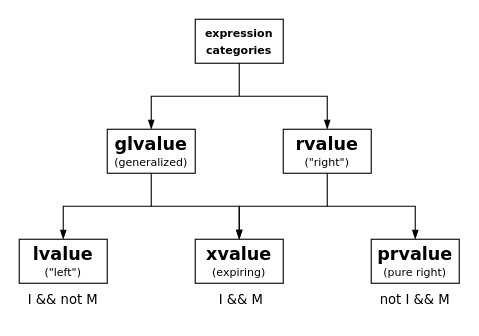
This is projects/examples/source/03.03.01.drawio from i-s-m-mipt/Education, a draw.io file, before an edit. Source tidied: cells renumbered, new cells numbered last; positions are measured from the earlier drawing's top-left corner, leaving out a move shared by most shapes. Both pictures are drawn from the tidied source at 110%, with x=0, y=0 at pixel (19, 19).
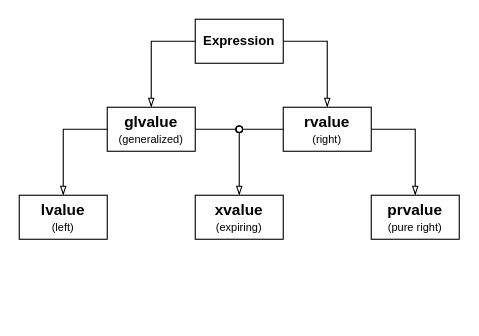
Above is the later version.

The edit, as a diff of the source:
```diff
@@
-    <mxCell id="2" value="&lt;font style=&quot;&quot; face=&quot;Verdana&quot;&gt;&lt;span style=&quot;font-size: 16px; font-weight: bold;&quot;&gt;prvalue&lt;/span&gt;&lt;br&gt;&lt;font style=&quot;font-size: 10px;&quot;&gt;(pure right)&lt;/font&gt;&lt;br&gt;&lt;/font&gt;" style="rounded=0;whiteSpace=wrap;html=1;" parent="1" vertex="1">
-      <mxGeometry x="320" y="200" width="80" height="40" as="geometry" />
+    <mxCell id="2" value="&lt;span style=&quot;font-weight: bold;&quot;&gt;&lt;font style=&quot;font-size: 14px;&quot;&gt;prvalue&lt;/font&gt;&lt;/span&gt;&lt;br&gt;&lt;font style=&quot;font-size: 10px;&quot;&gt;(pure right)&lt;/font&gt;" style="rounded=0;whiteSpace=wrap;html=1;fontFamily=Helvetica;" parent="1" vertex="1">
+      <mxGeometry x="320" y="160" width="80" height="40" as="geometry" />
     </mxCell>
-    <mxCell id="3" value="&lt;font style=&quot;&quot; face=&quot;Verdana&quot;&gt;&lt;span style=&quot;font-size: 16px; font-weight: bold;&quot;&gt;xvalue&lt;/span&gt;&lt;br&gt;&lt;font style=&quot;font-size: 10px;&quot;&gt;(expiring)&lt;/font&gt;&lt;br&gt;&lt;/font&gt;" style="rounded=0;whiteSpace=wrap;html=1;" parent="1" vertex="1">
-      <mxGeometry x="160" y="200" width="80" height="40" as="geometry" />
+    <mxCell id="3" value="&lt;font&gt;&lt;span style=&quot;font-weight: bold;&quot;&gt;&lt;font style=&quot;font-size: 14px;&quot;&gt;xvalue&lt;/font&gt;&lt;/span&gt;&lt;/font&gt;&lt;div&gt;&lt;font&gt;&lt;font style=&quot;font-size: 10px;&quot;&gt;(expiring)&lt;/font&gt;&lt;/font&gt;&lt;/div&gt;" style="rounded=0;whiteSpace=wrap;html=1;fontFamily=Helvetica;" parent="1" vertex="1">
+      <mxGeometry x="160" y="160" width="80" height="40" as="geometry" />
     </mxCell>
-    <mxCell id="4" value="&lt;font style=&quot;&quot; face=&quot;Verdana&quot;&gt;&lt;span style=&quot;font-size: 16px; font-weight: bold;&quot;&gt;glvalue&lt;/span&gt;&lt;br&gt;&lt;font style=&quot;font-size: 10px;&quot;&gt;(generalized)&lt;/font&gt;&lt;br&gt;&lt;/font&gt;" style="rounded=0;whiteSpace=wrap;html=1;" parent="1" vertex="1">
-      <mxGeometry x="80" y="100" width="80" height="40" as="geometry" />
+    <mxCell id="4" value="&lt;font&gt;&lt;font style=&quot;font-size: 14px;&quot;&gt;&lt;span style=&quot;font-weight: bold;&quot;&gt;&lt;font style=&quot;&quot;&gt;glvalue&lt;/font&gt;&lt;/span&gt;&lt;br&gt;&lt;/font&gt;&lt;font style=&quot;font-size: 10px;&quot;&gt;(generalized)&lt;/font&gt;&lt;/font&gt;" style="rounded=0;whiteSpace=wrap;html=1;fontFamily=Helvetica;" parent="1" vertex="1">
+      <mxGeometry x="80" y="80" width="80" height="40" as="geometry" />
     </mxCell>
-    <mxCell id="5" value="&lt;font style=&quot;&quot; face=&quot;Verdana&quot;&gt;&lt;span style=&quot;font-size: 16px; font-weight: bold;&quot;&gt;rvalue&lt;/span&gt;&lt;br&gt;&lt;font style=&quot;font-size: 10px;&quot;&gt;(&quot;right&quot;)&lt;/font&gt;&lt;br&gt;&lt;/font&gt;" style="rounded=0;whiteSpace=wrap;html=1;" parent="1" vertex="1">
-      <mxGeometry x="240" y="100" width="80" height="40" as="geometry" />
+    <mxCell id="5" value="&lt;font&gt;&lt;span style=&quot;font-weight: bold;&quot;&gt;&lt;font style=&quot;font-size: 14px;&quot;&gt;rvalue&lt;/font&gt;&lt;/span&gt;&lt;br&gt;&lt;font style=&quot;font-size: 10px;&quot;&gt;(right)&lt;/font&gt;&lt;/font&gt;" style="rounded=0;whiteSpace=wrap;html=1;fontFamily=Helvetica;" parent="1" vertex="1">
+      <mxGeometry x="240" y="80" width="80" height="40" as="geometry" />
     </mxCell>
-    <mxCell id="6" value="&lt;font style=&quot;&quot; face=&quot;Verdana&quot;&gt;&lt;span style=&quot;font-size: 16px; font-weight: bold;&quot;&gt;lvalue&lt;/span&gt;&lt;br&gt;&lt;font style=&quot;font-size: 10px;&quot;&gt;(&quot;left&quot;)&lt;/font&gt;&lt;br&gt;&lt;/font&gt;" style="rounded=0;whiteSpace=wrap;html=1;" parent="1" vertex="1">
-      <mxGeometry y="200" width="80" height="40" as="geometry" />
+    <mxCell id="6" value="&lt;span style=&quot;font-weight: bold;&quot;&gt;&lt;font style=&quot;font-size: 14px;&quot;&gt;lvalue&lt;/font&gt;&lt;/span&gt;&lt;br&gt;&lt;font style=&quot;font-size: 10px;&quot;&gt;(left)&lt;/font&gt;" style="rounded=0;whiteSpace=wrap;html=1;fontFamily=Helvetica;" parent="1" vertex="1">
+      <mxGeometry y="160" width="80" height="40" as="geometry" />
     </mxCell>
-    <mxCell id="7" value="&lt;font size=&quot;1&quot; face=&quot;Verdana&quot;&gt;&lt;span style=&quot;font-size: 12px;&quot;&gt;I &amp;amp;&amp;amp; not M&lt;/span&gt;&lt;/font&gt;" style="text;html=1;strokeColor=none;fillColor=none;align=center;verticalAlign=middle;whiteSpace=wrap;rounded=0;" parent="1" vertex="1">
-      <mxGeometry y="240" width="80" height="30" as="geometry" />
-    </mxCell>
-    <mxCell id="8" value="&lt;font size=&quot;1&quot; face=&quot;Verdana&quot;&gt;&lt;span style=&quot;font-size: 12px;&quot;&gt;not I &amp;amp;&amp;amp; M&lt;/span&gt;&lt;/font&gt;" style="text;html=1;strokeColor=none;fillColor=none;align=center;verticalAlign=middle;whiteSpace=wrap;rounded=0;" parent="1" vertex="1">
-      <mxGeometry x="320" y="240" width="80" height="30" as="geometry" />
-    </mxCell>
-    <mxCell id="9" value="&lt;font size=&quot;1&quot; face=&quot;Verdana&quot;&gt;&lt;b style=&quot;&quot;&gt;expression&lt;/b&gt;&lt;/font&gt;&lt;div&gt;&lt;font size=&quot;1&quot; face=&quot;Verdana&quot;&gt;&lt;b style=&quot;&quot;&gt;categories&lt;br&gt;&lt;/b&gt;&lt;/font&gt;&lt;/div&gt;" style="rounded=0;whiteSpace=wrap;html=1;" parent="1" vertex="1">
+    <mxCell id="9" value="&lt;font&gt;&lt;b style=&quot;&quot;&gt;Expression&lt;/b&gt;&lt;/font&gt;" style="rounded=0;whiteSpace=wrap;html=1;fontFamily=Helvetica;fillColor=none;" parent="1" vertex="1">
       <mxGeometry x="160" width="80" height="40" as="geometry" />
     </mxCell>
-    <mxCell id="10" style="endArrow=blockThin;html=1;rounded=0;entryX=0.5;entryY=0;entryDx=0;entryDy=0;endFill=1;" parent="1" edge="1" target="5">
-      <mxGeometry relative="1" as="geometry">
-        <mxPoint x="200" y="70" as="sourcePoint" />
-        <Array as="points">
-          <mxPoint x="280" y="70" />
-        </Array>
-      </mxGeometry>
-    </mxCell>
-    <mxCell id="11" value="&lt;font size=&quot;1&quot; face=&quot;Verdana&quot;&gt;&lt;span style=&quot;font-size: 12px;&quot;&gt;&amp;nbsp;I &amp;amp;&amp;amp; M&lt;/span&gt;&lt;/font&gt;" style="text;html=1;strokeColor=none;fillColor=none;align=center;verticalAlign=middle;whiteSpace=wrap;rounded=0;" parent="1" vertex="1">
-      <mxGeometry x="160" y="240" width="80" height="30" as="geometry" />
-    </mxCell>
-    <mxCell id="12" style="endArrow=blockThin;html=1;rounded=0;entryX=0.5;entryY=0;entryDx=0;entryDy=0;endFill=1;exitX=0.5;exitY=1;exitDx=0;exitDy=0;" parent="1" edge="1" source="9" target="4">
+    <mxCell id="12" style="endArrow=blockThin;html=1;rounded=0;entryX=0.5;entryY=0;entryDx=0;entryDy=0;endFill=0;exitX=0;exitY=0.5;exitDx=0;exitDy=0;fontFamily=Helvetica;" parent="1" edge="1" source="9" target="4">
       <mxGeometry relative="1" as="geometry">
         <Array as="points">
-          <mxPoint x="200" y="70" />
-          <mxPoint x="120" y="70" />
+          <mxPoint x="120" y="20" />
+          <mxPoint x="120" y="60" />
         </Array>
       </mxGeometry>
     </mxCell>
-    <mxCell id="13" style="endArrow=blockThin;html=1;rounded=0;entryX=0.5;entryY=0;entryDx=0;entryDy=0;endFill=1;exitX=0.5;exitY=1;exitDx=0;exitDy=0;" parent="1" edge="1">
+    <mxCell id="13" style="endArrow=blockThin;html=1;rounded=0;endFill=0;exitX=0;exitY=0.5;exitDx=0;exitDy=0;fontFamily=Helvetica;" parent="1" edge="1" source="4">
       <mxGeometry relative="1" as="geometry">
-        <mxPoint x="120" y="140" as="sourcePoint" />
-        <mxPoint x="40" y="200" as="targetPoint" />
+        <mxPoint x="40" y="160" as="targetPoint" />
         <Array as="points">
-          <mxPoint x="120" y="170" />
-          <mxPoint x="40" y="170" />
+          <mxPoint x="40" y="100" />
+          <mxPoint x="40" y="140" />
         </Array>
       </mxGeometry>
     </mxCell>
-    <mxCell id="14" style="endArrow=blockThin;html=1;rounded=0;entryX=0.5;entryY=0;entryDx=0;entryDy=0;endFill=1;exitX=0.5;exitY=1;exitDx=0;exitDy=0;" parent="1" edge="1">
+    <mxCell id="14" style="endArrow=blockThin;html=1;rounded=0;endFill=0;fontFamily=Helvetica;entryX=0.5;entryY=0;entryDx=0;entryDy=0;startArrow=oval;startFill=0;" parent="1" edge="1" target="3">
       <mxGeometry relative="1" as="geometry">
-        <mxPoint x="280" y="140" as="sourcePoint" />
-        <mxPoint x="200" y="200" as="targetPoint" />
+        <mxPoint x="200" y="100" as="sourcePoint" />
         <Array as="points">
-          <mxPoint x="280" y="170" />
-          <mxPoint x="200" y="170" />
+          <mxPoint x="200" y="100" />
+          <mxPoint x="200" y="140" />
         </Array>
       </mxGeometry>
     </mxCell>
-    <mxCell id="15" style="endArrow=blockThin;html=1;rounded=0;entryX=0.5;entryY=0;entryDx=0;entryDy=0;endFill=1;" parent="1" edge="1">
-      <mxGeometry relative="1" as="geometry">
-        <mxPoint x="280" y="170" as="sourcePoint" />
-        <mxPoint x="360" y="200" as="targetPoint" />
-        <Array as="points">
-          <mxPoint x="360" y="170" />
-        </Array>
-      </mxGeometry>
-    </mxCell>
-    <mxCell id="16" style="endArrow=blockThin;html=1;rounded=0;entryX=0.5;entryY=0;entryDx=0;entryDy=0;endFill=1;" parent="1" edge="1">
-      <mxGeometry relative="1" as="geometry">
-        <mxPoint x="120" y="170" as="sourcePoint" />
-        <mxPoint x="200" y="200" as="targetPoint" />
-        <Array as="points">
-          <mxPoint x="200" y="170" />
-        </Array>
-      </mxGeometry>
-    </mxCell>
+    <mxCell id="17" style="endArrow=blockThin;html=1;rounded=0;entryX=0.5;entryY=0;entryDx=0;entryDy=0;endFill=0;exitX=1;exitY=0.5;exitDx=0;exitDy=0;fontFamily=Helvetica;" parent="1" edge="1" source="9" target="5">
+      <mxGeometry relative="1" as="geometry">
+        <Array as="points">
+          <mxPoint x="280" y="20" />
+          <mxPoint x="280" y="60" />
+        </Array>
+      </mxGeometry>
+    </mxCell>
+    <mxCell id="18" style="endArrow=blockThin;html=1;rounded=0;endFill=0;exitX=1;exitY=0.5;exitDx=0;exitDy=0;fontFamily=Helvetica;entryX=0.5;entryY=0;entryDx=0;entryDy=0;" parent="1" edge="1" source="5">
+      <mxGeometry relative="1" as="geometry">
+        <mxPoint x="360" y="160" as="targetPoint" />
+        <Array as="points">
+          <mxPoint x="360" y="100" />
+          <mxPoint x="360" y="140" />
+        </Array>
+      </mxGeometry>
+    </mxCell>
+    <mxCell id="19" style="endArrow=oval;html=1;rounded=0;exitX=1;exitY=0.5;exitDx=0;exitDy=0;endFill=0;startFill=0;" parent="1" edge="1" source="4">
+      <mxGeometry relative="1" as="geometry">
+        <mxPoint x="200" y="100" as="targetPoint" />
+      </mxGeometry>
+    </mxCell>
+    <mxCell id="20" style="endArrow=none;html=1;rounded=0;entryX=0;entryY=0.5;entryDx=0;entryDy=0;startArrow=oval;startFill=0;" parent="1" edge="1" target="5">
+      <mxGeometry relative="1" as="geometry">
+        <mxPoint x="200" y="100" as="sourcePoint" />
+      </mxGeometry>
+    </mxCell>
```
